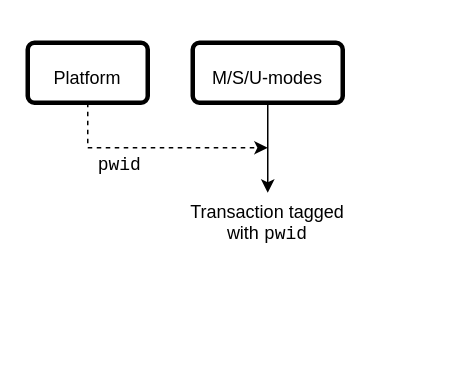
Earlier version of the draw.io diagram src/images/drawio/world_none.drawio (riscv/riscv-worlds). Source tidied: cells renumbered, new cells numbered last; positions are measured from the earlier drawing's top-left corner, leaving out a move shared by most shapes. Both pictures are drawn from the tidied source at 150%, with x=0, y=0 at pixel (27, 42).
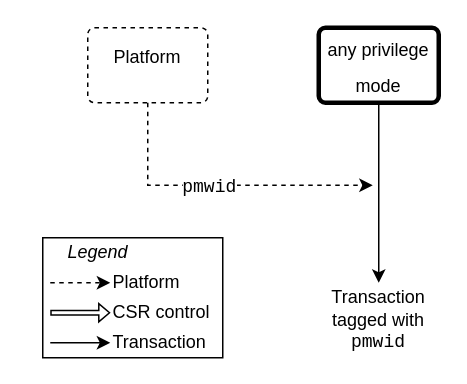
The same page after the edit.

Diff of the diagram source:
```diff
@@
+    <mxCell id="9" style="group;" parent="1" vertex="1">
+      <mxGeometry x="10" y="130" width="125" height="80" as="geometry" />
+    </mxCell>
+    <mxCell id="10" style="rounded=0;whiteSpace=wrap;html=1;" parent="9" vertex="1">
+      <mxGeometry width="120" height="80" as="geometry" />
+    </mxCell>
+    <mxCell id="11" style="endArrow=classic;html=1;rounded=0;dashed=1;" parent="9" edge="1" target="12">
+      <mxGeometry relative="1" as="geometry">
+        <mxPoint x="5" y="30" as="sourcePoint" />
+      </mxGeometry>
+    </mxCell>
+    <mxCell id="12" value="Platform" style="text;html=1;whiteSpace=wrap;strokeColor=none;fillColor=none;align=left;verticalAlign=middle;rounded=0;" parent="9" vertex="1">
+      <mxGeometry x="45" y="20" width="80" height="20" as="geometry" />
+    </mxCell>
+    <mxCell id="13" value="CSR control" style="text;html=1;whiteSpace=wrap;strokeColor=none;fillColor=none;align=left;verticalAlign=middle;rounded=0;" parent="9" vertex="1">
+      <mxGeometry x="45" y="40" width="80" height="20" as="geometry" />
+    </mxCell>
+    <mxCell id="14" style="endArrow=classic;html=1;rounded=0;" parent="9" edge="1" target="15">
+      <mxGeometry relative="1" as="geometry">
+        <mxPoint x="5" y="70" as="sourcePoint" />
+      </mxGeometry>
+    </mxCell>
+    <mxCell id="15" value="Transaction" style="text;html=1;whiteSpace=wrap;strokeColor=none;fillColor=none;align=left;verticalAlign=middle;rounded=0;" parent="9" vertex="1">
+      <mxGeometry x="45" y="60" width="80" height="20" as="geometry" />
+    </mxCell>
+    <mxCell id="16" value="&lt;i&gt;Legend&lt;/i&gt;" style="text;html=1;whiteSpace=wrap;strokeColor=none;fillColor=none;align=left;verticalAlign=middle;rounded=0;" parent="9" vertex="1">
+      <mxGeometry x="15" width="80" height="20" as="geometry" />
+    </mxCell>
+    <mxCell id="17" style="shape=flexArrow;endArrow=classic;html=1;rounded=0;endWidth=8.095238095238095;endSize=2.0476190476190474;width=3;entryX=0;entryY=0.5;entryDx=0;entryDy=0;" parent="9" edge="1" target="13">
+      <mxGeometry relative="1" as="geometry">
+        <mxPoint x="5" y="50" as="sourcePoint" />
+      </mxGeometry>
+    </mxCell>
-    <mxCell id="2" value="&lt;font style=&quot;font-size: 12px;&quot;&gt;Platform&lt;/font&gt;" style="html=1;overflow=block;blockSpacing=1;whiteSpace=wrap;fontSize=20;fontColor=default;spacing=3.8;strokeOpacity=100;fillOpacity=100;rounded=1;absoluteArcSize=1;arcSize=9;fillColor=#ffffff;fixDash=1;strokeWidth=3;lucidId=RJBal6eY-SyX;" parent="1" vertex="1">
-      <mxGeometry width="80" height="40" as="geometry" />
+    <mxCell id="2" value="&lt;font style=&quot;font-size: 12px;&quot;&gt;Platform&lt;/font&gt;" style="html=1;overflow=block;blockSpacing=1;whiteSpace=wrap;fontSize=20;fontColor=default;spacing=5;strokeOpacity=100;fillOpacity=100;rounded=1;absoluteArcSize=1;arcSize=9;fillColor=#ffffff;fixDash=1;strokeWidth=1;lucidId=RJBal6eY-SyX;verticalAlign=top;dashed=1;" parent="1" vertex="1">
+      <mxGeometry x="40" y="-10" width="80" height="50" as="geometry" />
     </mxCell>
-    <mxCell id="3" value="&lt;font style=&quot;font-size: 12px;&quot;&gt;M/S/U-modes&lt;/font&gt;" style="html=1;overflow=block;blockSpacing=1;whiteSpace=wrap;fontSize=20;spacing=3.8;strokeOpacity=100;fillOpacity=100;rounded=1;absoluteArcSize=1;arcSize=9;fillColor=#ffffff;strokeWidth=3;lucidId=RJBa-lLBp8Ld;" parent="1" vertex="1">
-      <mxGeometry x="110" width="100" height="40" as="geometry" />
+    <mxCell id="3" value="&lt;font style=&quot;font-size: 12px;&quot;&gt;any privilege&lt;br&gt;mode&lt;/font&gt;" style="html=1;overflow=block;blockSpacing=1;whiteSpace=wrap;fontSize=20;spacing=0;strokeOpacity=100;fillOpacity=100;rounded=1;absoluteArcSize=1;arcSize=9;fillColor=#ffffff;strokeWidth=3;lucidId=RJBa-lLBp8Ld;verticalAlign=top;" parent="1" vertex="1">
+      <mxGeometry x="194" y="-10" width="80" height="50" as="geometry" />
     </mxCell>
     <mxCell id="4" style="endArrow=classic;html=1;rounded=0;exitX=0.5;exitY=1;exitDx=0;exitDy=0;strokeWidth=1;dashed=1;" parent="1" edge="1" source="2">
       <mxGeometry relative="1" as="geometry">
-        <mxPoint x="160" y="70" as="targetPoint" />
+        <mxPoint x="230" y="95" as="targetPoint" />
         <Array as="points">
-          <mxPoint x="40" y="70" />
+          <mxPoint x="80" y="95" />
         </Array>
       </mxGeometry>
     </mxCell>
-    <mxCell id="5" value="&lt;font style=&quot;font-size: 12px;&quot; face=&quot;Courier New&quot;&gt;pwid&lt;/font&gt;" style="edgeLabel;html=1;align=center;verticalAlign=middle;" parent="4" vertex="1">
+    <mxCell id="5" value="&lt;font style=&quot;font-size: 12px;&quot; face=&quot;Courier New&quot;&gt;pmwid&lt;/font&gt;" style="edgeLabel;html=1;align=center;verticalAlign=middle;" parent="4" vertex="1">
       <mxGeometry x="-0.54" y="2" relative="1" as="geometry">
-        <mxPoint x="15" y="13" as="offset" />
+        <mxPoint x="38" y="9" as="offset" />
       </mxGeometry>
     </mxCell>
-    <mxCell id="6" value="&lt;font style=&quot;font-size: 12px;&quot;&gt;Transaction tagged with&amp;nbsp;&lt;font face=&quot;Courier New&quot; style=&quot;&quot;&gt;pwid&lt;/font&gt;&lt;/font&gt;" style="text;html=1;whiteSpace=wrap;strokeColor=none;fillColor=none;align=center;verticalAlign=middle;rounded=0;" parent="1" vertex="1">
-      <mxGeometry x="100" y="100" width="120" height="40" as="geometry" />
+    <mxCell id="6" value="&lt;font style=&quot;font-size: 12px;&quot;&gt;Transaction&lt;br&gt;tagged with&lt;br&gt;&lt;font face=&quot;Courier New&quot; style=&quot;&quot;&gt;pmwid&lt;/font&gt;&lt;/font&gt;" style="text;html=1;whiteSpace=wrap;strokeColor=none;fillColor=default;align=center;verticalAlign=middle;rounded=0;" parent="1" vertex="1">
+      <mxGeometry x="194" y="160" width="80" height="50" as="geometry" />
     </mxCell>
-    <mxCell id="7" style="endArrow=classic;html=1;rounded=0;exitX=0.5;exitY=1;exitDx=0;exitDy=0;strokeWidth=1;entryX=0.5;entryY=0;entryDx=0;entryDy=0;" parent="1" edge="1" source="3" target="6">
+    <mxCell id="7" style="endArrow=classic;html=1;rounded=0;strokeWidth=1;exitX=0.5;exitY=1;exitDx=0;exitDy=0;entryX=0.5;entryY=0;entryDx=0;entryDy=0;" parent="1" edge="1" source="3" target="6">
       <mxGeometry relative="1" as="geometry" />
     </mxCell>
-    <mxCell id="8" style="edgeStyle=orthogonalEdgeStyle;rounded=0;orthogonalLoop=1;jettySize=auto;html=1;exitX=0.5;exitY=1;exitDx=0;exitDy=0;" parent="1" edge="1" source="6" target="6">
-      <mxGeometry relative="1" as="geometry" />
-    </mxCell>
```
